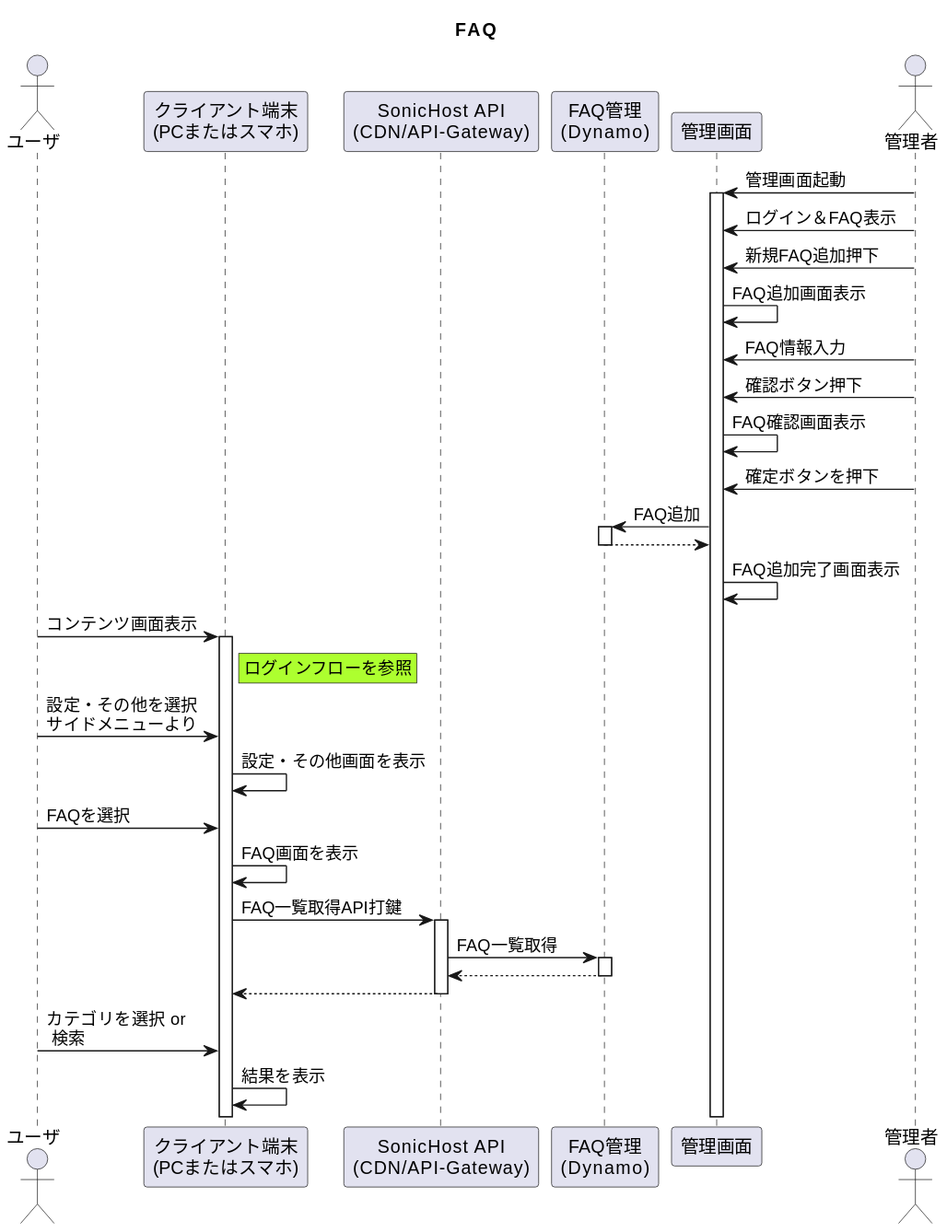
Above: 01_Sequences/99_Others/03_FAQ/faqFlow.svg in Sonic-Host/documents (PlantUML), before the change.
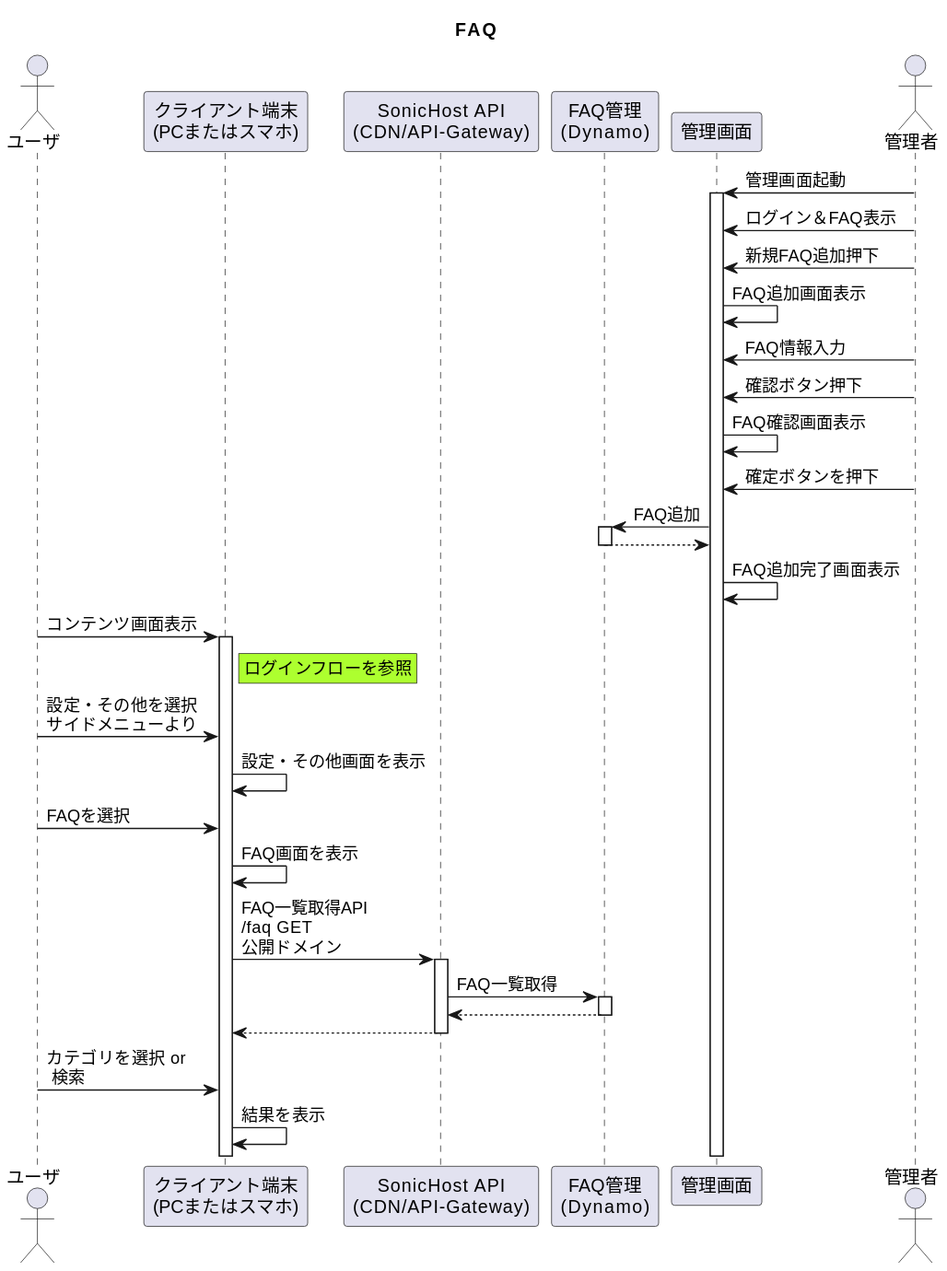
Later version of the same file.

Change to the diagram source:
```diff
@@ -29,7 +29,7 @@
 device -> device : 設定・その他画面を表示
 user -> device : FAQを選択
 device -> device : FAQ画面を表示
-device -> api ++ : FAQ一覧取得API打鍵
+device -> api ++ : FAQ一覧取得API \n/faq GET\n公開ドメイン
 api -> dynamo ++ : FAQ一覧取得
 api <-- dynamo --
 device <-- api --
```
